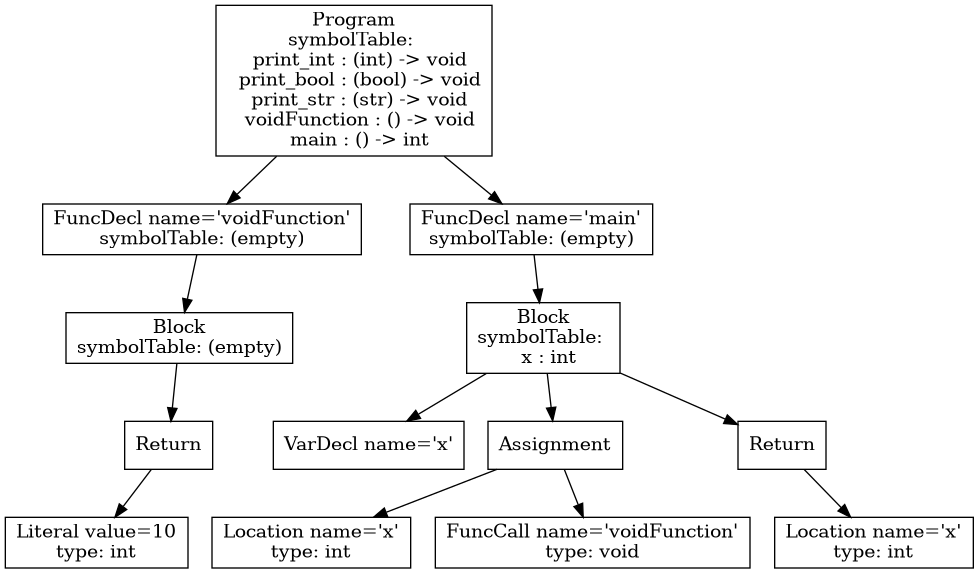
atrim11/CS432 keeps this Graphviz diagram as p3-analysis/tree.png. Above is the earlier version. Its source is kept beside it as p3-analysis/tree.dot.
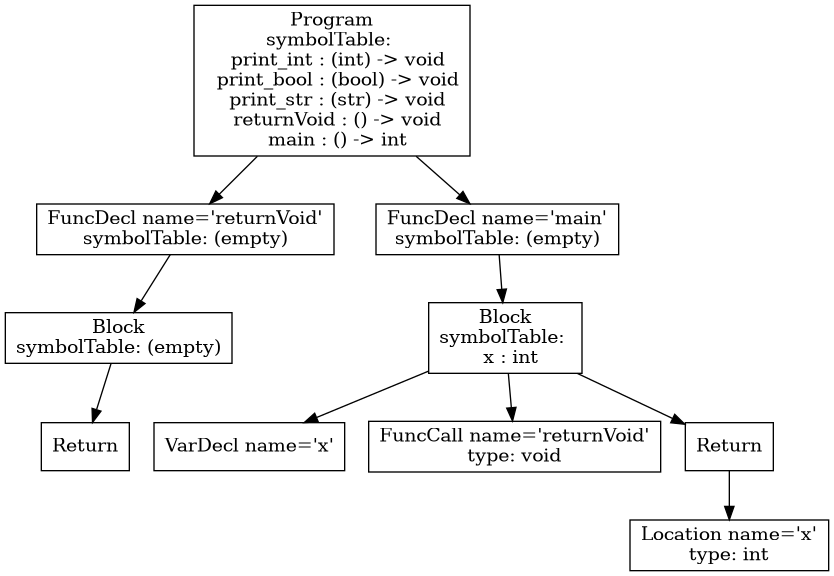
Later version of the same file.

Change to the diagram source:
```diff
@@ -1,27 +1,21 @@
 digraph AST {
-4 [shape=box, label="Literal value=10\ntype: int"];
 3 [shape=box, label="Return"];
-3 -> 4;
 2 [shape=box, label="Block\nsymbolTable: (empty)"];
 2 -> 3;
-1 [shape=box, label="FuncDecl name='voidFunction'\nsymbolTable: (empty)"];
+1 [shape=box, label="FuncDecl name='returnVoid'\nsymbolTable: (empty)"];
 1 -> 2;
-7 [shape=box, label="VarDecl name='x'"];
+6 [shape=box, label="VarDecl name='x'"];
+7 [shape=box, label="FuncCall name='returnVoid'\ntype: void"];
 9 [shape=box, label="Location name='x'\ntype: int"];
-10 [shape=box, label="FuncCall name='voidFunction'\ntype: void"];
-8 [shape=box, label="Assignment"];
+8 [shape=box, label="Return"];
 8 -> 9;
-8 -> 10;
-12 [shape=box, label="Location name='x'\ntype: int"];
-11 [shape=box, label="Return"];
-11 -> 12;
-6 [shape=box, label="Block\nsymbolTable: \n  x : int"];
-6 -> 7;
-6 -> 8;
-6 -> 11;
-5 [shape=box, label="FuncDecl name='main'\nsymbolTable: (empty)"];
+5 [shape=box, label="Block\nsymbolTable: \n  x : int"];
 5 -> 6;
-0 [shape=box, label="Program\nsymbolTable: \n  print_int : (int) -> void\n  print_bool : (bool) -> void\n  print_str : (str) -> void\n  voidFunction : () -> void\n  main : () -> int"];
+5 -> 7;
+5 -> 8;
+4 [shape=box, label="FuncDecl name='main'\nsymbolTable: (empty)"];
+4 -> 5;
+0 [shape=box, label="Program\nsymbolTable: \n  print_int : (int) -> void\n  print_bool : (bool) -> void\n  print_str : (str) -> void\n  returnVoid : () -> void\n  main : () -> int"];
 0 -> 1;
-0 -> 5;
+0 -> 4;
 }
```
